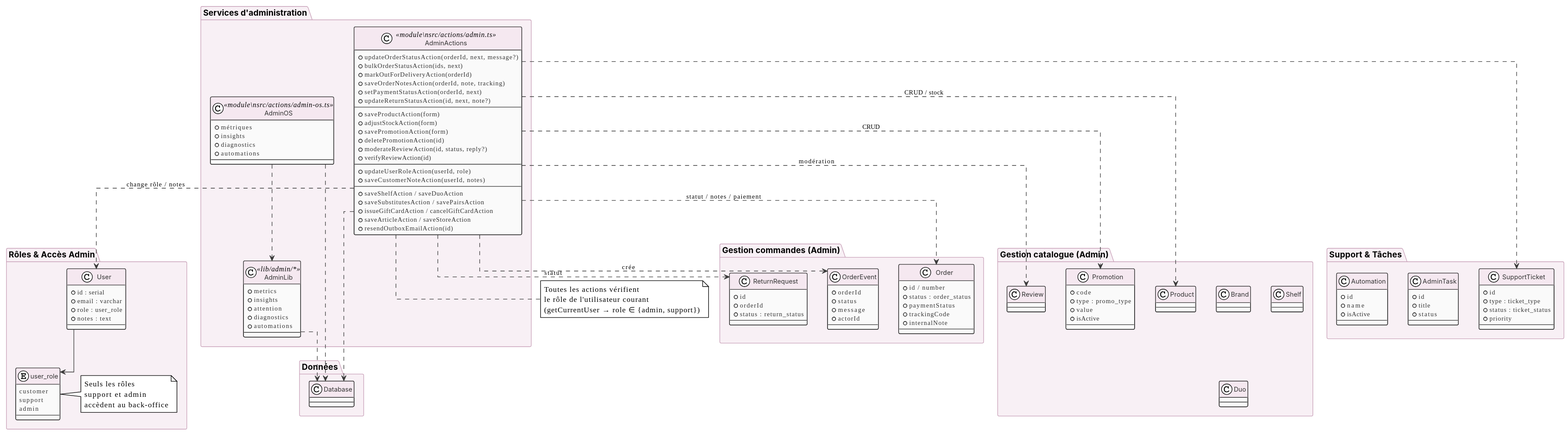
Earlier version of the PlantUML export diagrammes/CLEOPATRE_CLASS_DIAGRAMS_PFE/CLEOPATRE_CLASS_DIAGRAMS_PFE/03_ADMINISTRATION/diagramme_classes_administration.svg (nssm11/zeb). Its diagram source:
```plantuml
@startuml
!theme plain
skinparam backgroundColor #FFFFFF
skinparam shadowing false
skinparam class {
  BackgroundColor #FAFAFA
  BorderColor #2C2C2C
  FontName Inter
  FontSize 13
  HeaderBackgroundColor #F5E8F0
  AttributeFontSize 11
  AttributeFontColor #333333
}
skinparam package {
  BackgroundColor #F8F0F5
  BorderColor #C8A0B8
  FontName Inter
  FontSize 14
  FontStyle bold
}
skinparam arrow {
  Color #3A3A3A
  FontSize 11
}
skinparam linetype ortho
skinparam nodesep 35
skinparam ranksep 40

package "Rôles & Accès Admin" as Roles {
  class User {
    + id : serial
    + email : varchar
    + role : user_role
    + notes : text
  }
  enum user_role {
    customer
    support
    admin
  }
  note right of user_role
    Seuls les rôles
    support et admin
    accèdent au back-office
  end note
}

package "Gestion commandes (Admin)" as OrdersAdmin {
  class Order {
    + id / number
    + status : order_status
    + paymentStatus
    + trackingCode
    + internalNote
  }
  class OrderEvent {
    + orderId
    + status
    + message
    + actorId
  }
  class ReturnRequest {
    + id
    + orderId
    + status : return_status
  }
}

package "Gestion catalogue (Admin)" as CatalogAdmin {
  class Product
  class Brand
  class Promotion {
    + code
    + type : promo_type
    + value
    + isActive
  }
  class Shelf
  class Duo
  class Review
}

package "Support & Tâches" as Support {
  class SupportTicket {
    + id
    + type : ticket_type
    + status : ticket_status
    + priority
  }
  class AdminTask {
    + id
    + title
    + status
  }
  class Automation {
    + id
    + name
    + isActive
  }
}

package "Services d'administration" as AdminServices {
  class AdminActions <<module\nsrc/actions/admin.ts>> {
    + updateOrderStatusAction(orderId, next, message?)
    + bulkOrderStatusAction(ids, next)
    + markOutForDeliveryAction(orderId)
    + saveOrderNotesAction(orderId, note, tracking)
    + setPaymentStatusAction(orderId, next)
    + updateReturnStatusAction(id, next, note?)
    --
    + saveProductAction(form)
    + adjustStockAction(form)
    + savePromotionAction(form)
    + deletePromotionAction(id)
    + moderateReviewAction(id, status, reply?)
    + verifyReviewAction(id)
    --
    + updateUserRoleAction(userId, role)
    + saveCustomerNoteAction(userId, notes)
    --
    + saveShelfAction / saveDuoAction
    + saveSubstitutesAction / savePairsAction
    + issueGiftCardAction / cancelGiftCardAction
    + saveArticleAction / saveStoreAction
    + resendOutboxEmailAction(id)
  }

  class AdminOS <<module\nsrc/actions/admin-os.ts>> {
    + métriques
    + insights
    + diagnostics
    + automations
  }

  class AdminLib <<lib/admin/*>> {
    + metrics
    + insights
    + attention
    + diagnostics
    + automations
  }
}

package "Données" as Data {
  class Database
}

User --> user_role
AdminActions ..> User : change rôle / notes
AdminActions ..> Order : statut / notes / paiement
AdminActions ..> OrderEvent : crée
AdminActions ..> ReturnRequest : statut
AdminActions ..> Product : CRUD / stock
AdminActions ..> Promotion : CRUD
AdminActions ..> Review : modération
AdminActions ..> SupportTicket
AdminActions ..> Database
AdminOS ..> AdminLib
AdminLib ..> Database
AdminOS ..> Database

note bottom of AdminActions
  Toutes les actions vérifient
  le rôle de l'utilisateur courant
  (getCurrentUser → role ∈ {admin, support})
end note
@enduml
```
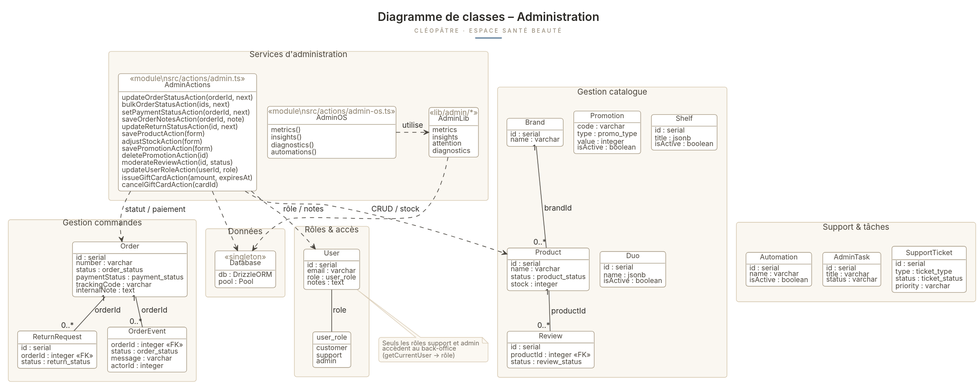
After the commit.

Change to the diagram source:
```diff
@@ -1,167 +1,244 @@
 @startuml
-!theme plain
+skinparam shadowing false
 skinparam backgroundColor #FFFFFF
-skinparam shadowing false
+skinparam defaultFontName Inter
+skinparam defaultFontSize 13
+skinparam defaultFontColor #2C2A26
+skinparam ArrowColor #55504A
+skinparam ArrowThickness 1.1
+skinparam RoundCorner 8
+skinparam classAttributeIconSize 0
+hide circle
+hide empty fields
+hide empty methods
 skinparam class {
-  BackgroundColor #FAFAFA
-  BorderColor #2C2C2C
-  FontName Inter
+  BackgroundColor #FFFFFF
+  BorderColor #A89B85
+  BorderThickness 1
+  FontColor #2C2A26
+  FontStyle plain
   FontSize 13
-  HeaderBackgroundColor #F5E8F0
-  AttributeFontSize 11
-  AttributeFontColor #333333
+  StereotypeFontColor #8A7E69
+  StereotypeFontStyle plain
+  AttributeFontColor #4A443A
+  AttributeFontSize 12
+  AttributeFontStyle plain
+  MethodFontSize 12
+  MethodFontColor #4A443A
+  MethodFontStyle plain
+  SeparatorColor #DCCFBA
 }
+skinparam enum {
+  BackgroundColor #FCFAF5
+  BorderColor #C9BCA4
+  BorderThickness 1
+  FontColor #2C2A26
+  FontStyle plain
+  EnumFontSize 12
+}
+skinparam interface {
+  BackgroundColor #FFFFFF
+  BorderColor #A89B85
+  BorderThickness 1
+}
+skinparam packageStyle rectangle
 skinparam package {
-  BackgroundColor #F8F0F5
-  BorderColor #C8A0B8
-  FontName Inter
+  BackgroundColor #FAF7F1
+  BorderColor #DCCFBA
+  BorderThickness 1
+  FontColor #4A443A
   FontSize 14
-  FontStyle bold
+  FontStyle plain
 }
-skinparam arrow {
-  Color #3A3A3A
+skinparam note {
+  BackgroundColor #FBF8F2
+  BorderColor #DCCFBA
+  FontColor #6E675C
   FontSize 11
+  BorderThickness 1
 }
-skinparam linetype ortho
-skinparam nodesep 35
-skinparam ranksep 40
+skinparam sequence {
+  ArrowColor #4A463F
+  ArrowThickness 1.1
+  LifeLineBorderColor #C9BDA8
+  LifeLineBackgroundColor #FFFFFF
+  ParticipantBackgroundColor #FFFFFF
+  ParticipantBorderColor #A89B85
+  ParticipantFontColor #2C2A26
+  ParticipantFontSize 13
+  ParticipantFontStyle plain
+  ActorBackgroundColor #F6F1E8
+  ActorBorderColor #A89B85
+  ActorFontColor #2C2A26
+  ActorFontSize 13
+  GroupBackgroundColor #FAF7F1
+  GroupBorderColor #D5C7AE
+  GroupFontColor #4A443A
+  GroupHeaderFontSize 13
+  ActivationBackgroundColor #F2EDE3
+  ActivationBorderColor #C9BCA4
+  DividerBackgroundColor #F1EBDF
+  DividerBorderColor #D5C7AE
+  DividerFontColor #4A443A
+  DividerFontSize 13
+  MessageFontColor #3A352E
+  ResponseMessageFontColor #7A7263
+  BoxPadding 14
+  ParticipantPadding 22
+}
 
-package "Rôles & Accès Admin" as Roles {
+
+package "Rôles & accès" as PR {
   class User {
-    + id : serial
-    + email : varchar
-    + role : user_role
-    + notes : text
+    id : serial
+    email : varchar
+    role : user_role
+    notes : text
   }
   enum user_role {
     customer
     support
     admin
   }
-  note right of user_role
-    Seuls les rôles
-    support et admin
-    accèdent au back-office
-  end note
 }
 
-package "Gestion commandes (Admin)" as OrdersAdmin {
+package "Gestion commandes" as PC {
   class Order {
-    + id / number
-    + status : order_status
-    + paymentStatus
-    + trackingCode
-    + internalNote
+    id : serial
+    number : varchar
+    status : order_status
+    paymentStatus : payment_status
+    trackingCode : varchar
+    internalNote : text
   }
   class OrderEvent {
-    + orderId
-    + status
-    + message
-    + actorId
+    orderId : integer «FK»
+    status : order_status
+    message : varchar
+    actorId : integer
   }
   class ReturnRequest {
-    + id
-    + orderId
-    + status : return_status
+    id : serial
+    orderId : integer «FK»
+    status : return_status
   }
 }
 
-package "Gestion catalogue (Admin)" as CatalogAdmin {
-  class Product
-  class Brand
+package "Gestion catalogue" as PK {
+  class Product {
+    id : serial
+    name : varchar
+    status : product_status
+    stock : integer
+  }
+  class Brand {
+    id : serial
+    name : varchar
+  }
   class Promotion {
-    + code
-    + type : promo_type
-    + value
-    + isActive
+    code : varchar
+    type : promo_type
+    value : integer
+    isActive : boolean
   }
-  class Shelf
-  class Duo
-  class Review
-}
-
-package "Support & Tâches" as Support {
-  class SupportTicket {
-    + id
-    + type : ticket_type
-    + status : ticket_status
-    + priority
+  class Shelf {
+    id : serial
+    title : jsonb
+    isActive : boolean
   }
-  class AdminTask {
-    + id
-    + title
-    + status
+  class Duo {
+    id : serial
+    name : jsonb
+    isActive : boolean
   }
-  class Automation {
-    + id
-    + name
-    + isActive
+  class Review {
+    id : serial
+    productId : integer «FK»
+    status : review_status
   }
 }
 
-package "Services d'administration" as AdminServices {
-  class AdminActions <<module\nsrc/actions/admin.ts>> {
-    + updateOrderStatusAction(orderId, next, message?)
-    + bulkOrderStatusAction(ids, next)
-    + markOutForDeliveryAction(orderId)
-    + saveOrderNotesAction(orderId, note, tracking)
-    + setPaymentStatusAction(orderId, next)
-    + updateReturnStatusAction(id, next, note?)
-    --
-    + saveProductAction(form)
-    + adjustStockAction(form)
-    + savePromotionAction(form)
-    + deletePromotionAction(id)
-    + moderateReviewAction(id, status, reply?)
-    + verifyReviewAction(id)
-    --
-    + updateUserRoleAction(userId, role)
-    + saveCustomerNoteAction(userId, notes)
-    --
-    + saveShelfAction / saveDuoAction
-    + saveSubstitutesAction / savePairsAction
-    + issueGiftCardAction / cancelGiftCardAction
-    + saveArticleAction / saveStoreAction
-    + resendOutboxEmailAction(id)
+package "Support & tâches" as PS {
+  class SupportTicket {
+    id : serial
+    type : ticket_type
+    status : ticket_status
+    priority : varchar
   }
-
-  class AdminOS <<module\nsrc/actions/admin-os.ts>> {
-    + métriques
-    + insights
-    + diagnostics
-    + automations
+  class AdminTask {
+    id : serial
+    title : varchar
+    status : varchar
   }
-
-  class AdminLib <<lib/admin/*>> {
-    + metrics
-    + insights
-    + attention
-    + diagnostics
-    + automations
+  class Automation {
+    id : serial
+    name : varchar
+    isActive : boolean
   }
 }
 
-package "Données" as Data {
-  class Database
+package "Services d'administration" as PA {
+  class AdminActions <<module\nsrc/actions/admin.ts>> {
+    updateOrderStatusAction(orderId, next)
+    bulkOrderStatusAction(ids, next)
+    setPaymentStatusAction(orderId, next)
+    saveOrderNotesAction(orderId, note)
+    updateReturnStatusAction(id, next)
+    saveProductAction(form)
+    adjustStockAction(form)
+    savePromotionAction(form)
+    deletePromotionAction(id)
+    moderateReviewAction(id, status)
+    updateUserRoleAction(userId, role)
+    issueGiftCardAction(amount, expiresAt)
+    cancelGiftCardAction(cardId)
+  }
+  class AdminOS <<module\nsrc/actions/admin-os.ts>> {
+    metrics()
+    insights()
+    diagnostics()
+    automations()
+  }
+  class AdminLib <<lib/admin/*>> {
+    metrics
+    insights
+    attention
+    diagnostics
+  }
 }
 
-User --> user_role
-AdminActions ..> User : change rôle / notes
-AdminActions ..> Order : statut / notes / paiement
-AdminActions ..> OrderEvent : crée
-AdminActions ..> ReturnRequest : statut
+package "Données" as PD {
+  class Database <<singleton>> {
+    db : DrizzleORM
+    pool : Pool
+  }
+}
+
+User -- user_role : role
+Order "1" -- "0..*" OrderEvent : orderId
+Order "1" -- "0..*" ReturnRequest : orderId
+Brand "1" -- "0..*" Product : brandId
+Product "1" -- "0..*" Review : productId
+
+AdminActions ..> Order : statut / paiement
 AdminActions ..> Product : CRUD / stock
-AdminActions ..> Promotion : CRUD
-AdminActions ..> Review : modération
-AdminActions ..> SupportTicket
+AdminActions ..> User : rôle / notes
+AdminOS ..> AdminLib : utilise
+AdminLib ..> Database
 AdminActions ..> Database
-AdminOS ..> AdminLib
-AdminLib ..> Database
-AdminOS ..> Database
 
-note bottom of AdminActions
-  Toutes les actions vérifient
-  le rôle de l'utilisateur courant
-  (getCurrentUser → role ∈ {admin, support})
+note bottom of User
+  Seuls les rôles support et admin
+  accèdent au back-office
+  (getCurrentUser → rôle)
 end note
+
+AdminActions -[hidden]right-> AdminOS
+AdminOS -[hidden]right-> AdminLib
+Order -[hidden]right-> Product
+Product -[hidden]right-> SupportTicket
+SupportTicket -[hidden]right-> User
+User -[hidden]down-> OrderEvent
+Order -[hidden]up-> AdminActions
+AdminLib -[hidden]down-> Database
 @enduml
```
